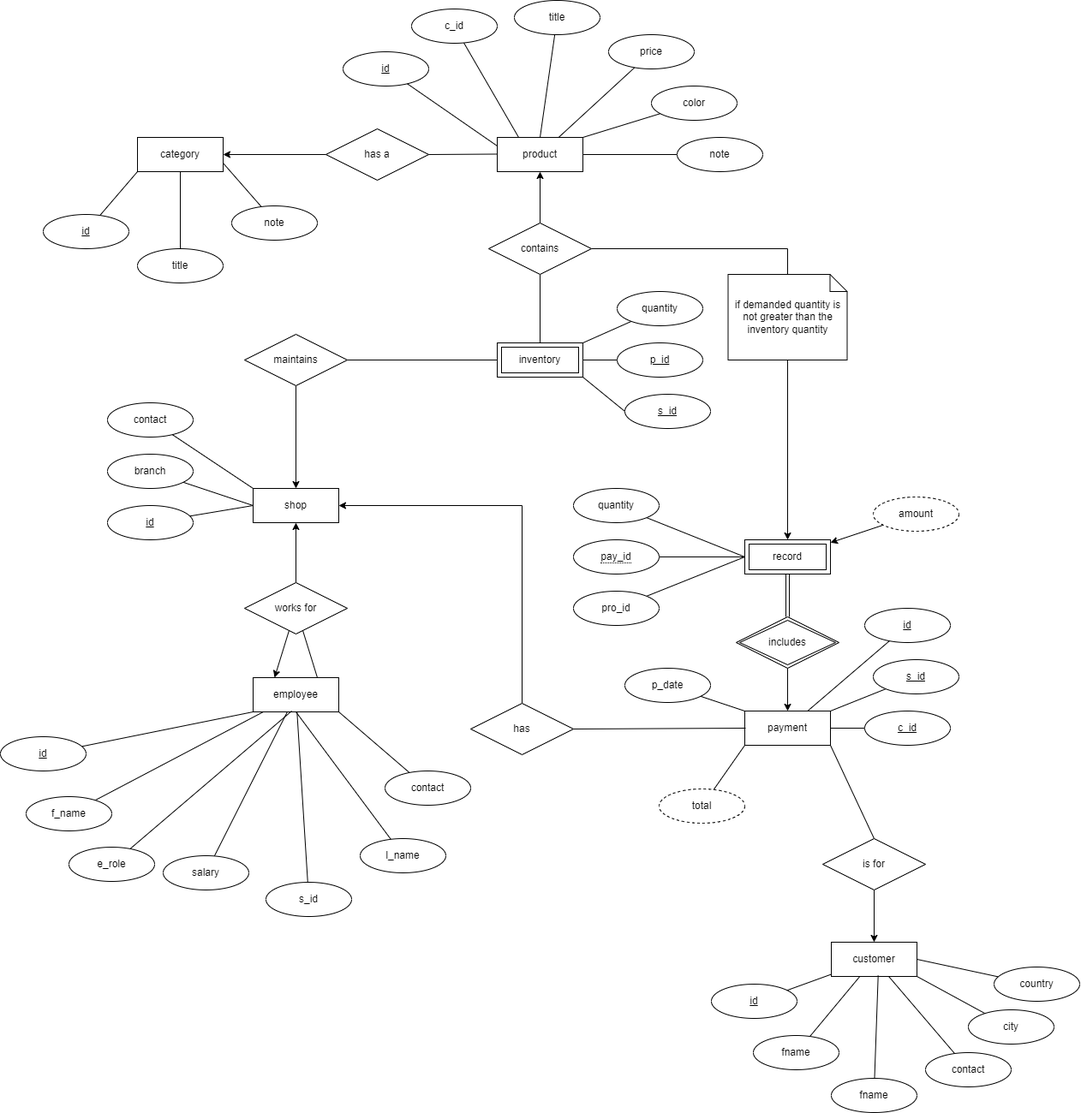
Before: er.png, a diagram exported from draw.io (FarhanNanoCoder/Shop-Management-System-SQL). Source tidied: cells renumbered, new cells last; positions are measured from the earlier drawing's top-left corner, leaving out a move shared by most shapes.
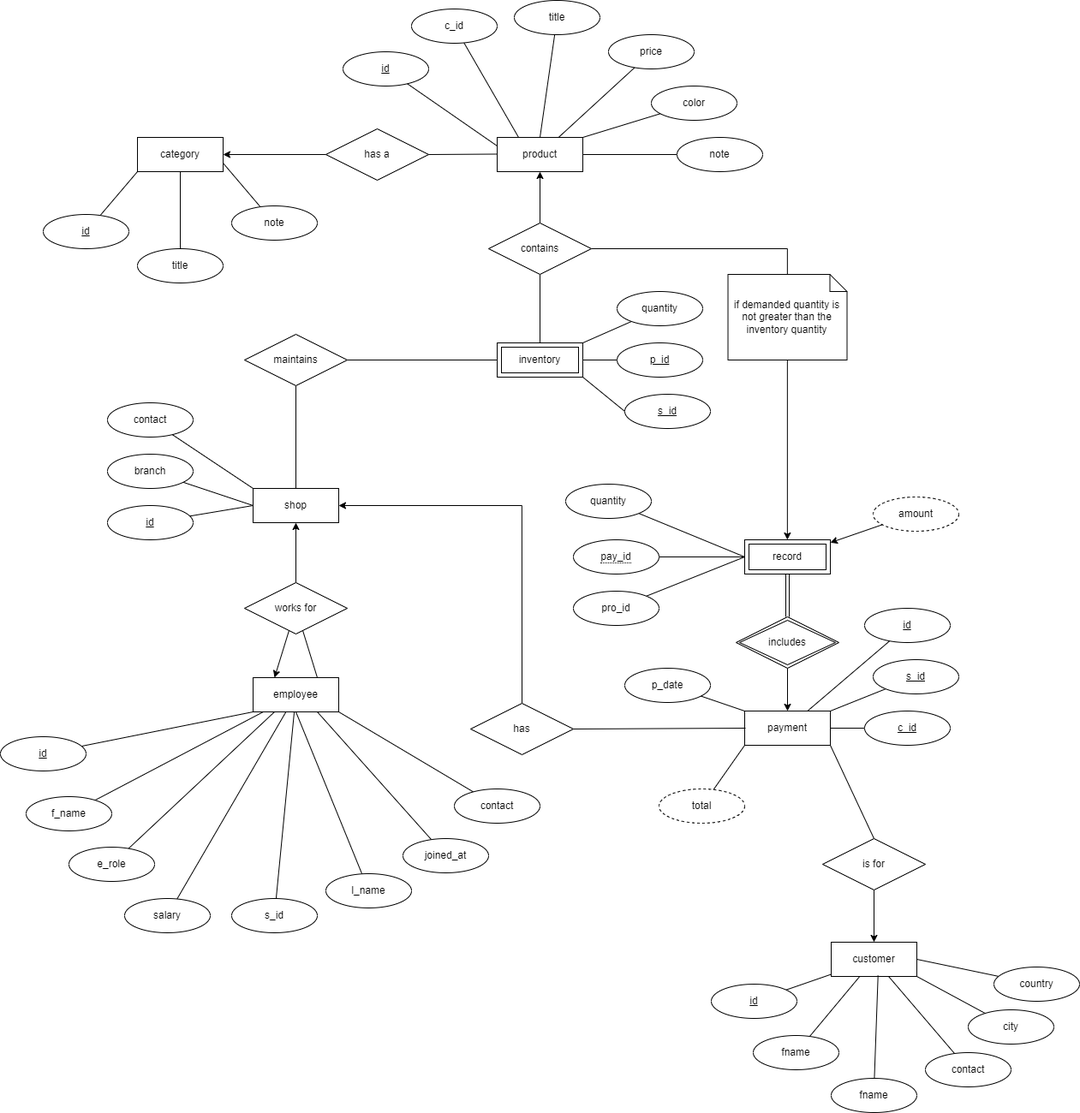
After the change.

Diff of the diagram source:
```diff
@@ -143,7 +143,7 @@
       <mxGeometry relative="1" as="geometry" />
     </mxCell>
     <mxCell id="47" value="contact" style="ellipse;whiteSpace=wrap;html=1;align=center;" parent="1" vertex="1">
-      <mxGeometry x="449" y="900" width="100" height="40" as="geometry" />
+      <mxGeometry x="530" y="921" width="100" height="40" as="geometry" />
     </mxCell>
     <mxCell id="48" style="edgeStyle=none;rounded=0;jettySize=auto;html=1;endArrow=classic;endFill=1;" parent="1" edge="1" source="51" target="34">
       <mxGeometry relative="1" as="geometry" />
@@ -203,7 +203,7 @@
       <mxGeometry relative="1" as="geometry" />
     </mxCell>
     <mxCell id="67" value="quantity" style="ellipse;whiteSpace=wrap;html=1;align=center;" parent="1" vertex="1">
-      <mxGeometry x="669" y="570" width="100" height="40" as="geometry" />
+      <mxGeometry x="660" y="565" width="100" height="40" as="geometry" />
     </mxCell>
     <mxCell id="68" style="edgeStyle=none;rounded=0;jettySize=auto;html=1;entryX=0;entryY=1;entryDx=0;entryDy=0;endArrow=none;endFill=0;" parent="1" edge="1" source="69" target="52">
       <mxGeometry relative="1" as="geometry" />
@@ -297,7 +297,7 @@
         <mxPoint x="580" y="420" as="targetPoint" />
       </mxGeometry>
     </mxCell>
-    <mxCell id="92" style="edgeStyle=none;rounded=0;jettySize=auto;html=1;endArrow=classic;endFill=1;" parent="1" edge="1" source="93" target="34">
+    <mxCell id="92" style="edgeStyle=none;rounded=0;jettySize=auto;html=1;endArrow=none;endFill=0;" parent="1" edge="1" source="93" target="34">
       <mxGeometry relative="1" as="geometry" />
     </mxCell>
     <mxCell id="93" value="maintains" style="shape=rhombus;perimeter=rhombusPerimeter;whiteSpace=wrap;html=1;align=center;" parent="1" vertex="1">
@@ -310,12 +310,10 @@
       <mxGeometry relative="1" as="geometry" />
     </mxCell>
     <mxCell id="96" value="l_name" style="ellipse;whiteSpace=wrap;html=1;align=center;" parent="1" vertex="1">
-      <mxGeometry x="420" y="979" width="100" height="40" as="geometry" />
+      <mxGeometry x="380" y="1020" width="100" height="40" as="geometry" />
     </mxCell>
-    <mxCell id="97" style="rounded=0;jettySize=auto;html=1;endArrow=none;endFill=0;" parent="1" edge="1" source="98">
-      <mxGeometry relative="1" as="geometry">
-        <mxPoint x="340" y="830" as="targetPoint" />
-      </mxGeometry>
+    <mxCell id="97" style="rounded=0;jettySize=auto;html=1;endArrow=none;endFill=0;entryX=0.25;entryY=1;entryDx=0;entryDy=0;" parent="1" edge="1" source="98" target="41">
+      <mxGeometry relative="1" as="geometry" />
     </mxCell>
     <mxCell id="98" value="e_role" style="ellipse;whiteSpace=wrap;html=1;align=center;" parent="1" vertex="1">
       <mxGeometry x="80" y="989" width="100" height="40" as="geometry" />
@@ -333,7 +331,7 @@
       <mxGeometry relative="1" as="geometry" />
     </mxCell>
     <mxCell id="103" value="salary" style="ellipse;whiteSpace=wrap;html=1;align=center;" parent="1" vertex="1">
-      <mxGeometry x="190" y="999" width="100" height="40" as="geometry" />
+      <mxGeometry x="145" y="1049" width="100" height="40" as="geometry" />
     </mxCell>
     <mxCell id="104" style="edgeStyle=none;rounded=0;orthogonalLoop=1;jettySize=auto;html=1;entryX=0;entryY=0.5;entryDx=0;entryDy=0;endArrow=none;endFill=0;" parent="1" edge="1" source="52" target="52">
       <mxGeometry relative="1" as="geometry" />
@@ -348,7 +346,13 @@
       <mxGeometry relative="1" as="geometry" />
     </mxCell>
     <mxCell id="108" value="s_id" style="ellipse;whiteSpace=wrap;html=1;align=center;" parent="1" vertex="1">
-      <mxGeometry x="310" y="1030" width="100" height="40" as="geometry" />
+      <mxGeometry x="270" y="1049" width="100" height="40" as="geometry" />
     </mxCell>
+    <mxCell id="109" style="rounded=0;jettySize=auto;html=1;entryX=0.75;entryY=1;entryDx=0;entryDy=0;endArrow=none;endFill=0;" parent="1" edge="1" source="110" target="41">
+      <mxGeometry relative="1" as="geometry" />
+    </mxCell>
+    <mxCell id="110" value="joined_at" style="ellipse;whiteSpace=wrap;html=1;align=center;" parent="1" vertex="1">
+      <mxGeometry x="470" y="979" width="100" height="40" as="geometry" />
+    </mxCell>
   </root>
 </mxGraphModel>
```
